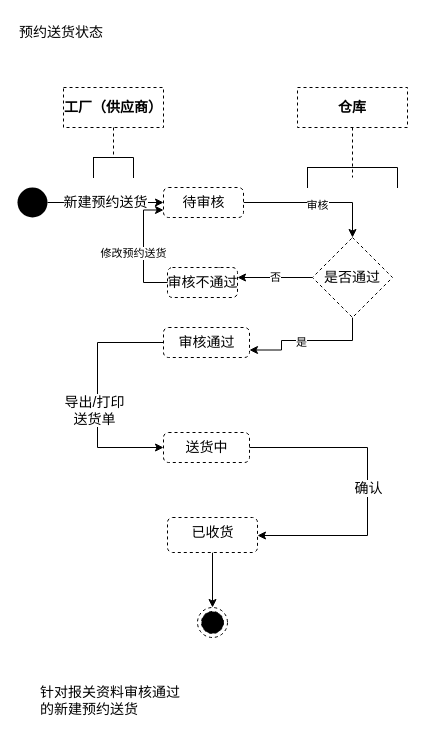
The draw.io diagram page "预约送货状态" (9 of 9) of shrine-doc/进区预约系统.drawio in easefulfil/CLOUDCARE, before the edit. Source tidied: cells renumbered, new cells numbered last; positions are measured from the earlier drawing's top-left corner, leaving out a move shared by most shapes. Both pictures are drawn from the tidied source at 100%, with x=0, y=0 at pixel (17, 17).
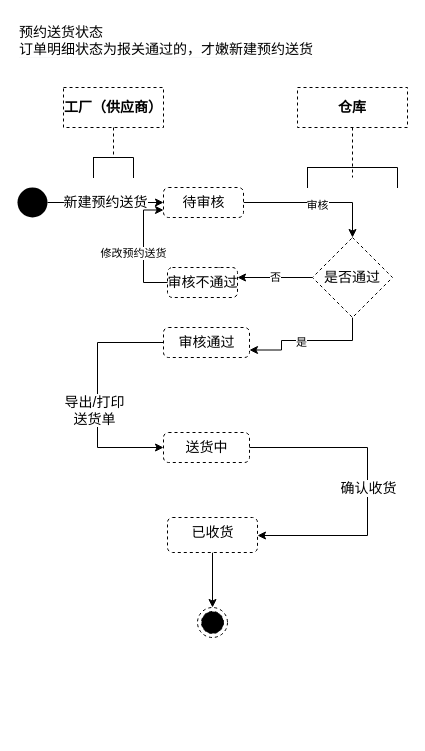
Above is the later version.

The change refers to these unchanged cells:
```xml
<mxCell id="11" style="edgeStyle=orthogonalEdgeStyle;rounded=0;jettySize=auto;html=1;fontSize=14;" parent="1" edge="1" source="10" target="14">
  <mxGeometry relative="1" as="geometry">
    <Array as="points">
      <mxPoint x="350" y="430" />
      <mxPoint x="350" y="518" />
    </Array>
  </mxGeometry>
</mxCell>
```

Diff of the diagram source:
```diff
@@
-    <mxCell id="12" value="确认" style="edgeLabel;html=1;align=center;verticalAlign=middle;fontSize=14;" parent="11" vertex="1">
+    <mxCell id="12" value="确认收货" style="edgeLabel;html=1;align=center;verticalAlign=middle;fontSize=14;" parent="11" vertex="1">
       <mxGeometry x="0.29" y="4" relative="1" as="geometry">
         <mxPoint x="-4" y="-46" as="offset" />
       </mxGeometry>
     </mxCell>
@@
-    <mxCell id="20" value="&lt;div style=&quot;&quot;&gt;&lt;font face=&quot;helvetica&quot;&gt;&lt;span style=&quot;font-size: 14px ; background-color: rgb(255 , 255 , 255)&quot;&gt;针对报关资料审核通过的新建预约送货&lt;/span&gt;&lt;/font&gt;&lt;/div&gt;&lt;div style=&quot;&quot;&gt;&lt;font face=&quot;helvetica&quot;&gt;&lt;span style=&quot;font-size: 14px ; background-color: rgb(255 , 255 , 255)&quot;&gt;&lt;br&gt;&lt;/span&gt;&lt;/font&gt;&lt;/div&gt;" style="text;whiteSpace=wrap;html=1;align=left;" parent="1" vertex="1">
+    <mxCell id="20" value="&lt;div&gt;&lt;br&gt;&lt;/div&gt;" style="text;whiteSpace=wrap;html=1;align=left;" parent="1" vertex="1">
       <mxGeometry x="21" y="660" width="150" height="30" as="geometry" />
     </mxCell>
@@
-    <mxCell id="27" value="&lt;span style=&quot;color: rgb(0 , 0 , 0) ; font-family: &amp;#34;helvetica&amp;#34; ; font-size: 14px ; font-style: normal ; font-weight: 400 ; letter-spacing: normal ; text-align: center ; text-indent: 0px ; text-transform: none ; word-spacing: 0px ; background-color: rgb(255 , 255 , 255) ; display: inline ; float: none&quot;&gt;预约送货状态&lt;/span&gt;" style="text;whiteSpace=wrap;html=1;" parent="1" vertex="1">
-      <mxGeometry width="150" height="30" as="geometry" />
+    <mxCell id="27" value="&lt;span style=&quot;color: rgb(0 , 0 , 0) ; font-family: &amp;#34;helvetica&amp;#34; ; font-size: 14px ; font-style: normal ; font-weight: 400 ; letter-spacing: normal ; text-align: center ; text-indent: 0px ; text-transform: none ; word-spacing: 0px ; background-color: rgb(255 , 255 , 255) ; display: inline ; float: none&quot;&gt;预约送货状态&lt;br&gt;&lt;div style=&quot;font-family: &amp;#34;helvetica&amp;#34; ; font-size: 12px ; text-align: left ; background-color: rgb(248 , 249 , 250)&quot;&gt;&lt;font face=&quot;helvetica&quot;&gt;&lt;span style=&quot;font-size: 14px ; background-color: rgb(255 , 255 , 255)&quot;&gt;订单明细状态为报关通过的，才嫩新建预约送货&lt;/span&gt;&lt;/font&gt;&lt;/div&gt;&lt;div&gt;&lt;font face=&quot;helvetica&quot;&gt;&lt;span style=&quot;font-size: 14px ; background-color: rgb(255 , 255 , 255)&quot;&gt;&lt;br&gt;&lt;/span&gt;&lt;/font&gt;&lt;/div&gt;&lt;/span&gt;" style="text;whiteSpace=wrap;html=1;" parent="1" vertex="1">
+      <mxGeometry width="370" height="30" as="geometry" />
     </mxCell>
```
